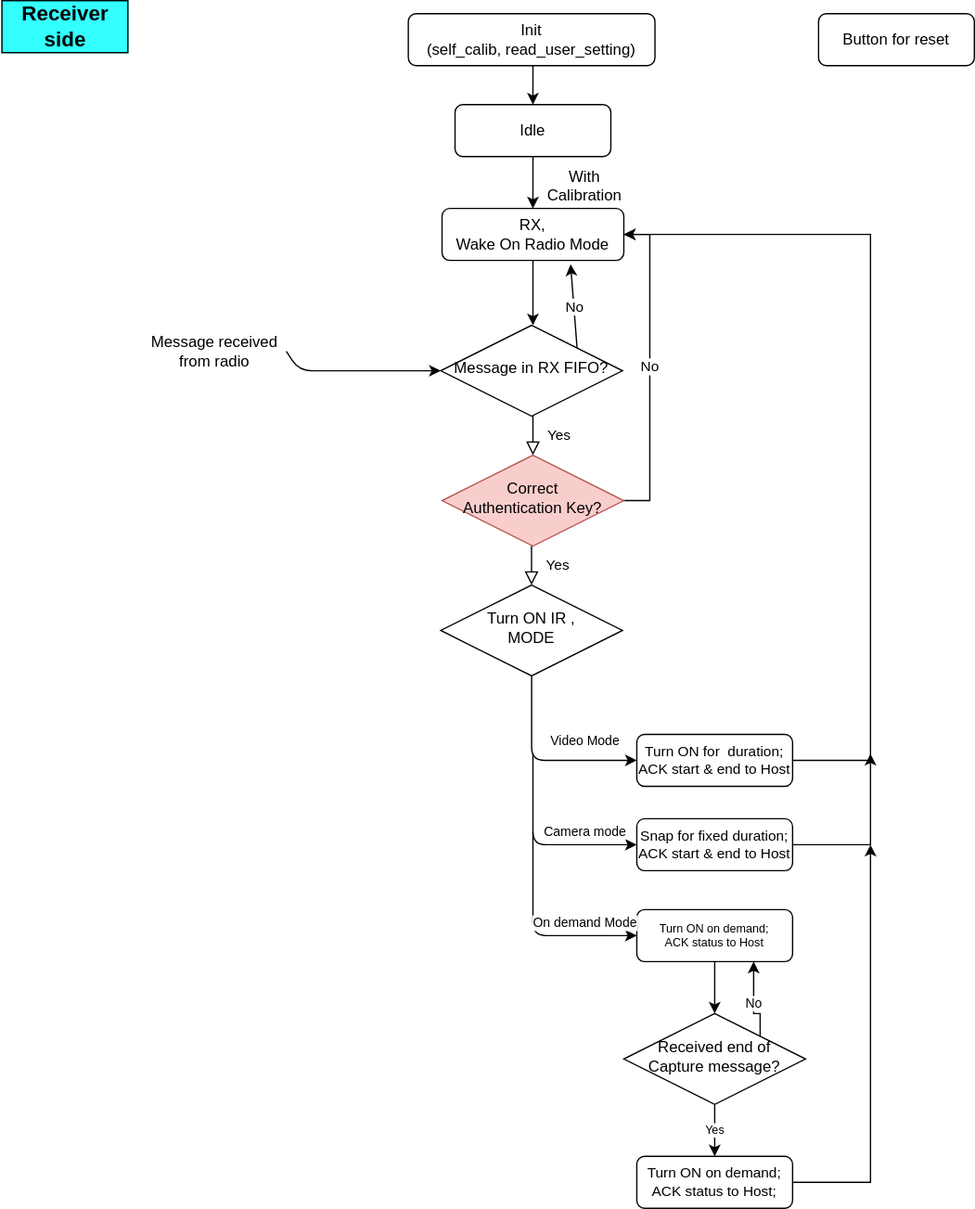
Above: Remote flash RX flowchart 210715png.svg in Brian-KSASAP/Brian-KSASAP (draw.io), before the change. Source tidied: cells renumbered, new cells last; positions are measured from the earlier drawing's top-left corner, leaving out a move shared by most shapes.
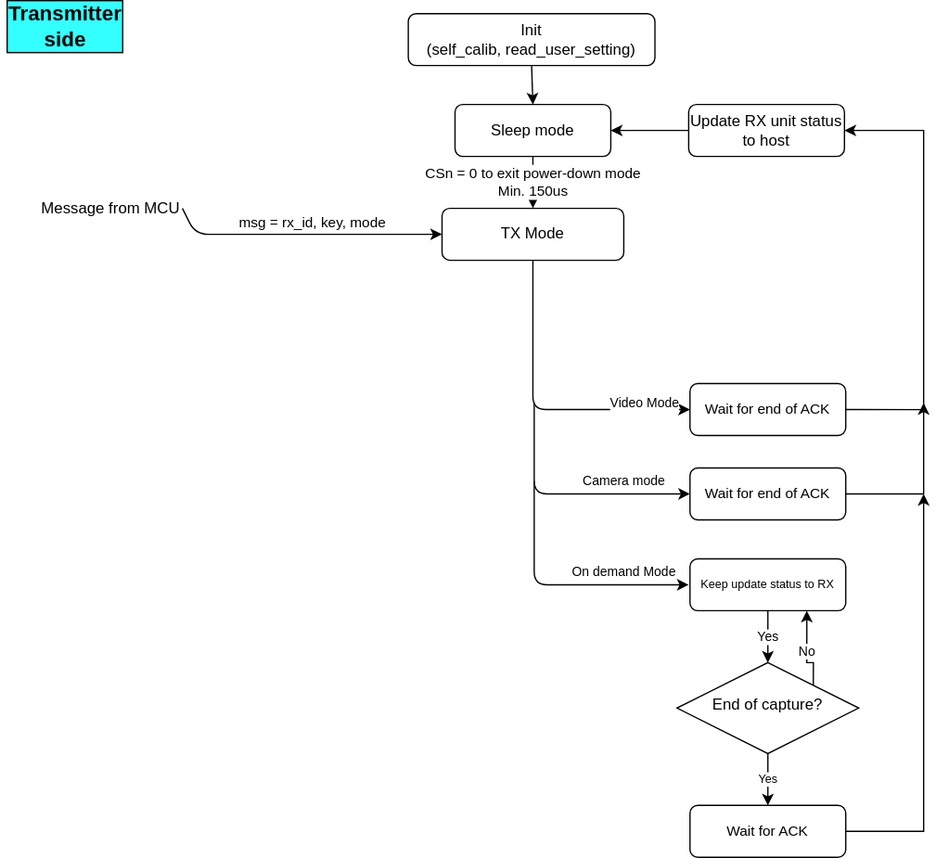
After the change.

Commit message:
Update Remote flash TX flowchart 210715png.svg

What changed in the source:
```diff
@@ -8,147 +8,116 @@
     <mxCell id="3" value="&lt;div&gt;Init&lt;/div&gt;&lt;div&gt;(self_calib, read_user_setting)&lt;/div&gt;" style="rounded=1;whiteSpace=wrap;html=1;fontSize=12;glass=0;strokeWidth=1;shadow=0;" parent="1" vertex="1">
       <mxGeometry x="314" width="190" height="40" as="geometry" />
     </mxCell>
-    <mxCell id="4" value="Yes" style="rounded=0;html=1;jettySize=auto;fontSize=11;endArrow=block;endFill=0;endSize=8;strokeWidth=1;shadow=0;labelBackgroundColor=none;edgeStyle=orthogonalEdgeStyle;" parent="1" edge="1" source="5">
-      <mxGeometry y="20" relative="1" as="geometry">
-        <mxPoint x="410" y="340" as="targetPoint" />
-        <Array as="points">
-          <mxPoint x="410" y="330" />
-          <mxPoint x="410" y="330" />
-        </Array>
-      </mxGeometry>
-    </mxCell>
-    <mxCell id="5" value="Message in RX FIFO?" style="rhombus;whiteSpace=wrap;html=1;shadow=0;fontFamily=Helvetica;fontSize=12;align=center;strokeWidth=1;spacing=6;spacingTop=-4;" parent="1" vertex="1">
-      <mxGeometry x="339" y="240" width="140" height="70" as="geometry" />
-    </mxCell>
+    <mxCell id="35" style="edgeStyle=orthogonalEdgeStyle;rounded=0;jettySize=auto;html=1;exitX=0;exitY=0.5;exitDx=0;exitDy=0;entryX=1;entryY=0.5;entryDx=0;entryDy=0;" parent="1" edge="1" source="6" target="7">
+      <mxGeometry relative="1" as="geometry" />
+    </mxCell>
-    <mxCell id="6" value="Button for reset" style="rounded=1;whiteSpace=wrap;html=1;fontSize=12;glass=0;strokeWidth=1;shadow=0;" parent="1" vertex="1">
-      <mxGeometry x="630" width="120" height="40" as="geometry" />
+    <mxCell id="6" value="Update RX unit status to host" style="rounded=1;whiteSpace=wrap;html=1;fontSize=12;glass=0;strokeWidth=1;shadow=0;" parent="1" vertex="1">
+      <mxGeometry x="530" y="70" width="120" height="40" as="geometry" />
     </mxCell>
-    <mxCell id="7" value="&lt;div&gt;Idle&lt;/div&gt;" style="rounded=1;whiteSpace=wrap;html=1;fontSize=12;glass=0;strokeWidth=1;shadow=0;" parent="1" vertex="1">
+    <mxCell id="7" value="&lt;div&gt;Sleep mode&lt;/div&gt;" style="rounded=1;whiteSpace=wrap;html=1;fontSize=12;glass=0;strokeWidth=1;shadow=0;" parent="1" vertex="1">
       <mxGeometry x="350" y="70" width="120" height="40" as="geometry" />
     </mxCell>
-    <mxCell id="8" value="&lt;div&gt;RX, &lt;br&gt;Wake On Radio Mode&lt;/div&gt;" style="rounded=1;whiteSpace=wrap;html=1;fontSize=12;glass=0;strokeWidth=1;shadow=0;" parent="1" vertex="1">
+    <mxCell id="8" value="TX Mode" style="rounded=1;whiteSpace=wrap;html=1;fontSize=12;glass=0;strokeWidth=1;shadow=0;" parent="1" vertex="1">
       <mxGeometry x="340" y="150" width="140" height="40" as="geometry" />
     </mxCell>
-    <mxCell id="9" style="endArrow=classic;html=1;exitX=0.5;exitY=1;exitDx=0;exitDy=0;" parent="1" edge="1" source="7">
+    <mxCell id="9" value="&lt;div&gt;CSn = 0 to exit power-down mode&lt;br&gt;Min. 150us&lt;br&gt;&lt;/div&gt;" style="endArrow=classic;html=1;exitX=0.5;exitY=1;exitDx=0;exitDy=0;" parent="1" edge="1" source="7">
       <mxGeometry relative="1" as="geometry">
         <mxPoint x="410" y="150" as="targetPoint" />
       </mxGeometry>
     </mxCell>
-    <mxCell id="10" value="&lt;div&gt;With Calibration &lt;br&gt;&lt;/div&gt;&lt;div&gt;&lt;br&gt;&lt;/div&gt;" style="text;html=1;strokeColor=none;fillColor=none;align=center;verticalAlign=middle;whiteSpace=wrap;rounded=0;" parent="1" vertex="1">
-      <mxGeometry x="430" y="130" width="40" height="20" as="geometry" />
-    </mxCell>
-    <mxCell id="11" style="endArrow=classic;html=1;exitX=0.5;exitY=1;exitDx=0;exitDy=0;" parent="1" edge="1" source="8">
-      <mxGeometry relative="1" as="geometry">
-        <mxPoint x="410" y="240" as="targetPoint" />
-      </mxGeometry>
-    </mxCell>
-    <mxCell id="12" style="endArrow=classic;html=1;exitX=1;exitY=0.5;exitDx=0;exitDy=0;entryX=0;entryY=0.5;entryDx=0;entryDy=0;" parent="1" edge="1" source="13" target="5">
+    <mxCell id="12" style="endArrow=classic;html=1;exitX=1;exitY=0.5;exitDx=0;exitDy=0;entryX=0;entryY=0.5;entryDx=0;entryDy=0;" parent="1" edge="1" source="13" target="8">
       <mxGeometry relative="1" as="geometry">
         <Array as="points">
-          <mxPoint x="230" y="275" />
+          <mxPoint x="150" y="170" />
         </Array>
       </mxGeometry>
     </mxCell>
+    <mxCell id="36" value="msg = rx_id, key, mode" style="edgeLabel;html=1;align=center;verticalAlign=middle;" parent="12" vertex="1">
+      <mxGeometry x="-0.25" y="-3" relative="1" as="geometry">
+        <mxPoint x="32" y="-13" as="offset" />
+      </mxGeometry>
+    </mxCell>
-    <mxCell id="13" value="&lt;div&gt;Message received from radio&lt;/div&gt;" style="text;html=1;strokeColor=none;fillColor=none;align=center;verticalAlign=middle;whiteSpace=wrap;rounded=0;" parent="1" vertex="1">
-      <mxGeometry x="110" y="250" width="110" height="20" as="geometry" />
+    <mxCell id="13" value="Message from MCU" style="text;html=1;strokeColor=none;fillColor=none;align=center;verticalAlign=middle;whiteSpace=wrap;rounded=0;" parent="1" vertex="1">
+      <mxGeometry x="30" y="140" width="110" height="20" as="geometry" />
     </mxCell>
-    <mxCell id="14" value="No" style="endArrow=classic;html=1;exitX=1;exitY=0;exitDx=0;exitDy=0;" parent="1" edge="1" source="5">
-      <mxGeometry relative="1" as="geometry">
-        <mxPoint x="439" y="193" as="targetPoint" />
-      </mxGeometry>
-    </mxCell>
-    <mxCell id="15" style="edgeStyle=orthogonalEdgeStyle;rounded=0;jettySize=auto;html=1;exitX=1;exitY=0.5;exitDx=0;exitDy=0;entryX=1;entryY=0.5;entryDx=0;entryDy=0;fontSize=10;strokeColor=#000000;" parent="1" edge="1" source="16" target="8">
+    <mxCell id="15" style="edgeStyle=orthogonalEdgeStyle;rounded=0;jettySize=auto;html=1;exitX=1;exitY=0.5;exitDx=0;exitDy=0;fontSize=10;strokeColor=#000000;entryX=1;entryY=0.5;entryDx=0;entryDy=0;" parent="1" edge="1" source="16" target="6">
       <mxGeometry relative="1" as="geometry">
         <Array as="points">
-          <mxPoint x="670" y="575" />
-          <mxPoint x="670" y="170" />
+          <mxPoint x="711" y="305" />
+          <mxPoint x="711" y="90" />
         </Array>
       </mxGeometry>
     </mxCell>
-    <mxCell id="16" value="Turn ON for&amp;nbsp; duration;&lt;br style=&quot;font-size: 11px&quot;&gt;ACK start &amp;amp; end to Host" style="rounded=1;whiteSpace=wrap;html=1;fontSize=11;glass=0;strokeWidth=1;shadow=0;" parent="1" vertex="1">
-      <mxGeometry x="490" y="555" width="120" height="40" as="geometry" />
+    <mxCell id="16" value="Wait for end of ACK" style="rounded=1;whiteSpace=wrap;html=1;fontSize=11;glass=0;strokeWidth=1;shadow=0;" parent="1" vertex="1">
+      <mxGeometry x="531" y="285" width="120" height="40" as="geometry" />
     </mxCell>
-    <mxCell id="17" value="&lt;div&gt;No&lt;/div&gt;" style="edgeStyle=orthogonalEdgeStyle;rounded=0;jettySize=auto;html=1;exitX=1;exitY=0.5;exitDx=0;exitDy=0;entryX=1;entryY=0.5;entryDx=0;entryDy=0;strokeColor=#000000;" parent="1" edge="1" source="18" target="8">
-      <mxGeometry relative="1" as="geometry" />
-    </mxCell>
-    <mxCell id="18" value="&lt;div&gt;Correct&lt;/div&gt;Authentication Key?" style="rhombus;whiteSpace=wrap;html=1;shadow=0;fontFamily=Helvetica;fontSize=12;align=center;strokeWidth=1;spacing=6;spacingTop=-4;fillColor=#f8cecc;strokeColor=#b85450;" parent="1" vertex="1">
-      <mxGeometry x="340" y="340" width="140" height="70" as="geometry" />
-    </mxCell>
-    <mxCell id="19" value="Yes" style="rounded=0;html=1;jettySize=auto;orthogonalLoop=1;fontSize=11;endArrow=block;endFill=0;endSize=8;strokeWidth=1;shadow=0;labelBackgroundColor=none;edgeStyle=orthogonalEdgeStyle;" parent="1" edge="1">
-      <mxGeometry y="20" relative="1" as="geometry">
-        <mxPoint x="408.9" y="410" as="sourcePoint" />
-        <mxPoint x="408.9" y="440" as="targetPoint" />
-      </mxGeometry>
-    </mxCell>
-    <mxCell id="20" value="Turn ON IR ,&lt;br&gt;MODE " style="rhombus;whiteSpace=wrap;html=1;shadow=0;fontFamily=Helvetica;fontSize=12;align=center;strokeWidth=1;spacing=6;spacingTop=-4;" parent="1" vertex="1">
-      <mxGeometry x="339" y="440" width="140" height="70" as="geometry" />
-    </mxCell>
     <mxCell id="21" style="edgeStyle=orthogonalEdgeStyle;rounded=0;orthogonalLoop=1;jettySize=auto;html=1;exitX=0.5;exitY=1;exitDx=0;exitDy=0;strokeColor=#000000;" parent="1" edge="1" source="6" target="6">
       <mxGeometry relative="1" as="geometry" />
     </mxCell>
-    <mxCell id="22" value="&lt;div style=&quot;font-size: 16px;&quot;&gt;Receiver side&lt;/div&gt;" style="text;html=1;strokeColor=none;fillColor=none;align=center;verticalAlign=middle;whiteSpace=wrap;rounded=0;shadow=1;fontStyle=1;horizontal=1;fontSize=16;labelBackgroundColor=#33FFFF;labelBorderColor=#000000;perimeterSpacing=0;glass=0;absoluteArcSize=0;rotation=0;" parent="1" vertex="1">
+    <mxCell id="22" value="&lt;div style=&quot;font-size: 16px&quot;&gt;Transmitter&lt;br&gt;side&lt;/div&gt;" style="text;html=1;strokeColor=none;fillColor=none;align=center;verticalAlign=middle;whiteSpace=wrap;rounded=0;shadow=1;fontStyle=1;horizontal=1;fontSize=16;labelBackgroundColor=#33FFFF;labelBorderColor=#000000;perimeterSpacing=0;glass=0;absoluteArcSize=0;rotation=0;" parent="1" vertex="1">
       <mxGeometry width="100" height="20" as="geometry" />
     </mxCell>
-    <mxCell id="23" value="&lt;font style=&quot;font-size: 10px;&quot;&gt;Video Mode&lt;br style=&quot;font-size: 10px;&quot;&gt;&lt;/font&gt;" style="endArrow=classic;html=1;fontSize=10;strokeColor=#000000;entryX=0;entryY=0.5;entryDx=0;entryDy=0;exitX=0.5;exitY=1;exitDx=0;exitDy=0;" parent="1" edge="1" source="20" target="16">
-      <mxGeometry x="0.45" y="15" relative="1" as="geometry">
+    <mxCell id="23" value="&lt;font style=&quot;font-size: 10px;&quot;&gt;Video Mode&lt;br style=&quot;font-size: 10px;&quot;&gt;&lt;/font&gt;" style="endArrow=classic;html=1;fontSize=10;strokeColor=#000000;entryX=0;entryY=0.5;entryDx=0;entryDy=0;" parent="1" edge="1" target="16">
+      <mxGeometry x="0.7" y="5" relative="1" as="geometry">
+        <mxPoint x="410" y="190" as="sourcePoint" />
         <Array as="points">
-          <mxPoint x="409" y="575" />
+          <mxPoint x="410" y="305" />
         </Array>
       </mxGeometry>
     </mxCell>
     <mxCell id="24" value="Camera mode" style="endArrow=classic;html=1;fontSize=10;strokeColor=#000000;entryX=0;entryY=0.5;entryDx=0;entryDy=0;" parent="1" edge="1" target="26">
       <mxGeometry x="0.47" y="10" relative="1" as="geometry">
-        <mxPoint x="410" y="570" as="sourcePoint" />
+        <mxPoint x="411" y="300" as="sourcePoint" />
         <Array as="points">
-          <mxPoint x="410" y="600" />
-          <mxPoint x="410" y="640" />
+          <mxPoint x="411" y="330" />
+          <mxPoint x="411" y="370" />
         </Array>
       </mxGeometry>
     </mxCell>
     <mxCell id="25" style="edgeStyle=orthogonalEdgeStyle;rounded=0;jettySize=auto;html=1;exitX=1;exitY=0.5;exitDx=0;exitDy=0;fontSize=10;strokeColor=#000000;" parent="1" edge="1" source="26">
       <mxGeometry relative="1" as="geometry">
-        <mxPoint x="670" y="570" as="targetPoint" />
+        <mxPoint x="711" y="300" as="targetPoint" />
       </mxGeometry>
     </mxCell>
-    <mxCell id="26" value="Snap for fixed duration;&lt;br style=&quot;font-size: 11px;&quot;&gt;&lt;div style=&quot;font-size: 11px;&quot;&gt;ACK start &amp;amp; end to Host&lt;/div&gt;" style="rounded=1;whiteSpace=wrap;html=1;fontSize=11;glass=0;strokeWidth=1;shadow=0;" parent="1" vertex="1">
-      <mxGeometry x="490" y="620" width="120" height="40" as="geometry" />
+    <mxCell id="26" value="Wait for end of ACK" style="rounded=1;whiteSpace=wrap;html=1;fontSize=11;glass=0;strokeWidth=1;shadow=0;" parent="1" vertex="1">
+      <mxGeometry x="531" y="350" width="120" height="40" as="geometry" />
     </mxCell>
-    <mxCell id="27" style="edgeStyle=orthogonalEdgeStyle;rounded=0;jettySize=auto;html=1;exitX=0.5;exitY=1;exitDx=0;exitDy=0;entryX=0.5;entryY=0;entryDx=0;entryDy=0;fontSize=10;strokeColor=#000000;" parent="1" edge="1" source="28" target="32">
+    <mxCell id="27" value="Yes" style="edgeStyle=orthogonalEdgeStyle;rounded=0;jettySize=auto;html=1;exitX=0.5;exitY=1;exitDx=0;exitDy=0;entryX=0.5;entryY=0;entryDx=0;entryDy=0;fontSize=10;strokeColor=#000000;" parent="1" edge="1" source="28" target="32">
       <mxGeometry relative="1" as="geometry" />
     </mxCell>
-    <mxCell id="28" value="&lt;div style=&quot;font-size: 9px&quot;&gt;Turn ON on demand;&lt;br style=&quot;font-size: 9px&quot;&gt;ACK status to Host&lt;br style=&quot;font-size: 9px&quot;&gt;&lt;/div&gt;" style="rounded=1;whiteSpace=wrap;html=1;fontSize=9;glass=0;strokeWidth=1;shadow=0;" parent="1" vertex="1">
-      <mxGeometry x="490" y="690" width="120" height="40" as="geometry" />
+    <mxCell id="28" value="Keep update status to RX" style="rounded=1;whiteSpace=wrap;html=1;fontSize=9;glass=0;strokeWidth=1;shadow=0;" parent="1" vertex="1">
+      <mxGeometry x="531" y="420" width="120" height="40" as="geometry" />
     </mxCell>
-    <mxCell id="29" value="On demand Mode" style="endArrow=classic;html=1;fontSize=10;strokeColor=#000000;entryX=0;entryY=0.5;entryDx=0;entryDy=0;" parent="1" edge="1">
+    <mxCell id="29" value="On demand Mode" style="endArrow=classic;html=1;fontSize=10;strokeColor=#000000;" parent="1" edge="1">
       <mxGeometry x="0.5" y="10" relative="1" as="geometry">
-        <mxPoint x="410" y="630" as="sourcePoint" />
-        <mxPoint x="490" y="710" as="targetPoint" />
+        <mxPoint x="411" y="360" as="sourcePoint" />
+        <mxPoint x="530" y="440" as="targetPoint" />
         <Array as="points">
-          <mxPoint x="410" y="710" />
+          <mxPoint x="411" y="440" />
         </Array>
       </mxGeometry>
     </mxCell>
     <mxCell id="30" value="No" style="edgeStyle=orthogonalEdgeStyle;rounded=0;jettySize=auto;html=1;exitX=1;exitY=0;exitDx=0;exitDy=0;entryX=0.75;entryY=1;entryDx=0;entryDy=0;fontSize=10;strokeColor=#000000;" parent="1" edge="1" source="32" target="28">
       <mxGeometry relative="1" as="geometry">
         <Array as="points">
-          <mxPoint x="585" y="770" />
-          <mxPoint x="580" y="770" />
+          <mxPoint x="626" y="500" />
+          <mxPoint x="621" y="500" />
         </Array>
       </mxGeometry>
     </mxCell>
     <mxCell id="31" value="Yes" style="edgeStyle=orthogonalEdgeStyle;rounded=0;jettySize=auto;html=1;exitX=0.5;exitY=1;exitDx=0;exitDy=0;entryX=0.5;entryY=0;entryDx=0;entryDy=0;fontSize=9;strokeColor=#000000;" parent="1" edge="1" source="32" target="34">
       <mxGeometry relative="1" as="geometry" />
     </mxCell>
-    <mxCell id="32" value="Received end of &lt;br&gt;Capture message?" style="rhombus;whiteSpace=wrap;html=1;shadow=0;fontFamily=Helvetica;fontSize=12;align=center;strokeWidth=1;spacing=6;spacingTop=-4;" parent="1" vertex="1">
-      <mxGeometry x="480" y="770" width="140" height="70" as="geometry" />
+    <mxCell id="32" value="End of capture?" style="rhombus;whiteSpace=wrap;html=1;shadow=0;fontFamily=Helvetica;fontSize=12;align=center;strokeWidth=1;spacing=6;spacingTop=-4;" parent="1" vertex="1">
+      <mxGeometry x="521" y="500" width="140" height="70" as="geometry" />
     </mxCell>
     <mxCell id="33" style="edgeStyle=orthogonalEdgeStyle;rounded=0;jettySize=auto;html=1;exitX=1;exitY=0.5;exitDx=0;exitDy=0;fontSize=11;strokeColor=#000000;" parent="1" edge="1" source="34">
       <mxGeometry relative="1" as="geometry">
-        <mxPoint x="670" y="640" as="targetPoint" />
+        <mxPoint x="711" y="370" as="targetPoint" />
       </mxGeometry>
     </mxCell>
-    <mxCell id="34" value="&lt;div style=&quot;font-size: 11px;&quot;&gt;Turn ON on demand;&lt;br style=&quot;font-size: 11px;&quot;&gt;ACK status to Host;&lt;br style=&quot;font-size: 11px;&quot;&gt;&lt;/div&gt;" style="rounded=1;whiteSpace=wrap;html=1;fontSize=11;glass=0;strokeWidth=1;shadow=0;" parent="1" vertex="1">
-      <mxGeometry x="490" y="880" width="120" height="40" as="geometry" />
+    <mxCell id="34" value="Wait for ACK" style="rounded=1;whiteSpace=wrap;html=1;fontSize=11;glass=0;strokeWidth=1;shadow=0;" parent="1" vertex="1">
+      <mxGeometry x="531" y="610" width="120" height="40" as="geometry" />
     </mxCell>
   </root>
 </mxGraphModel>
```
